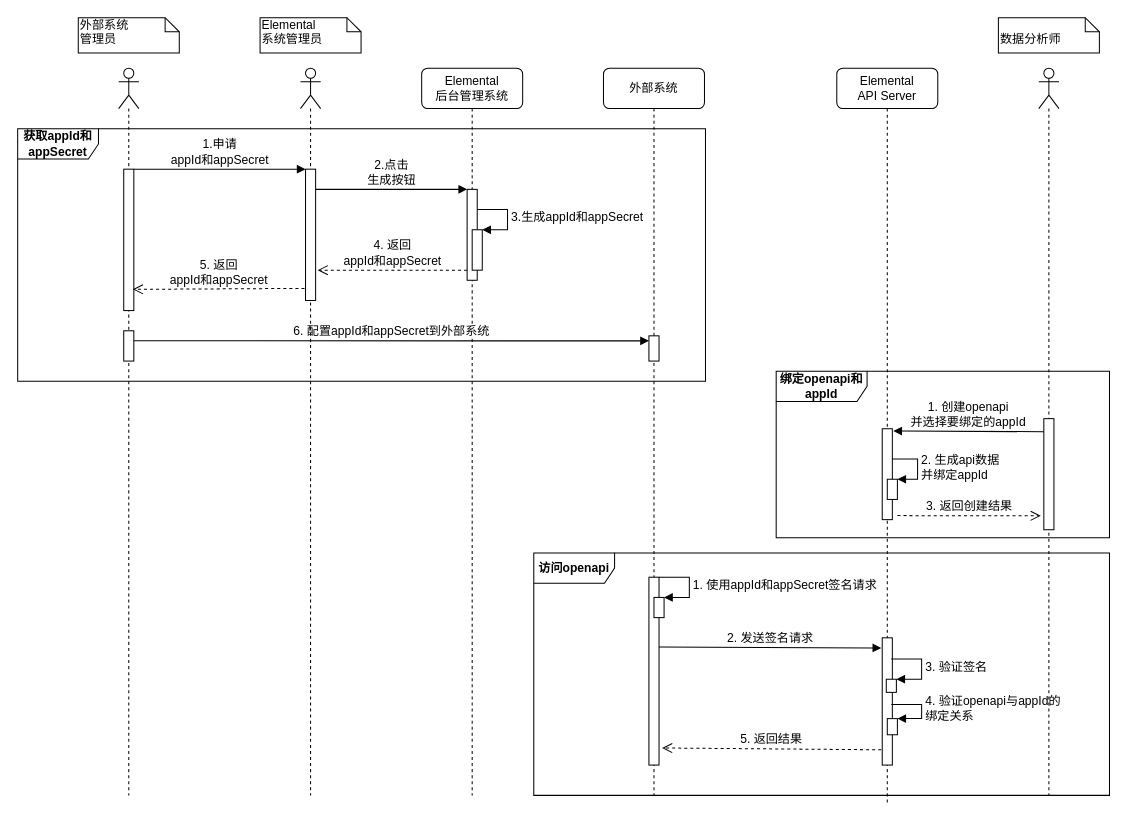
deanzz/blog keeps this draw.io diagram as signed_request.drawio. Above is the earlier version. Source tidied: cells renumbered, new cells numbered last; positions are measured from the earlier drawing's top-left corner, leaving out a move shared by most shapes. Both pictures are drawn from the tidied source at 101%, with x=0, y=0 at pixel (17, 17).
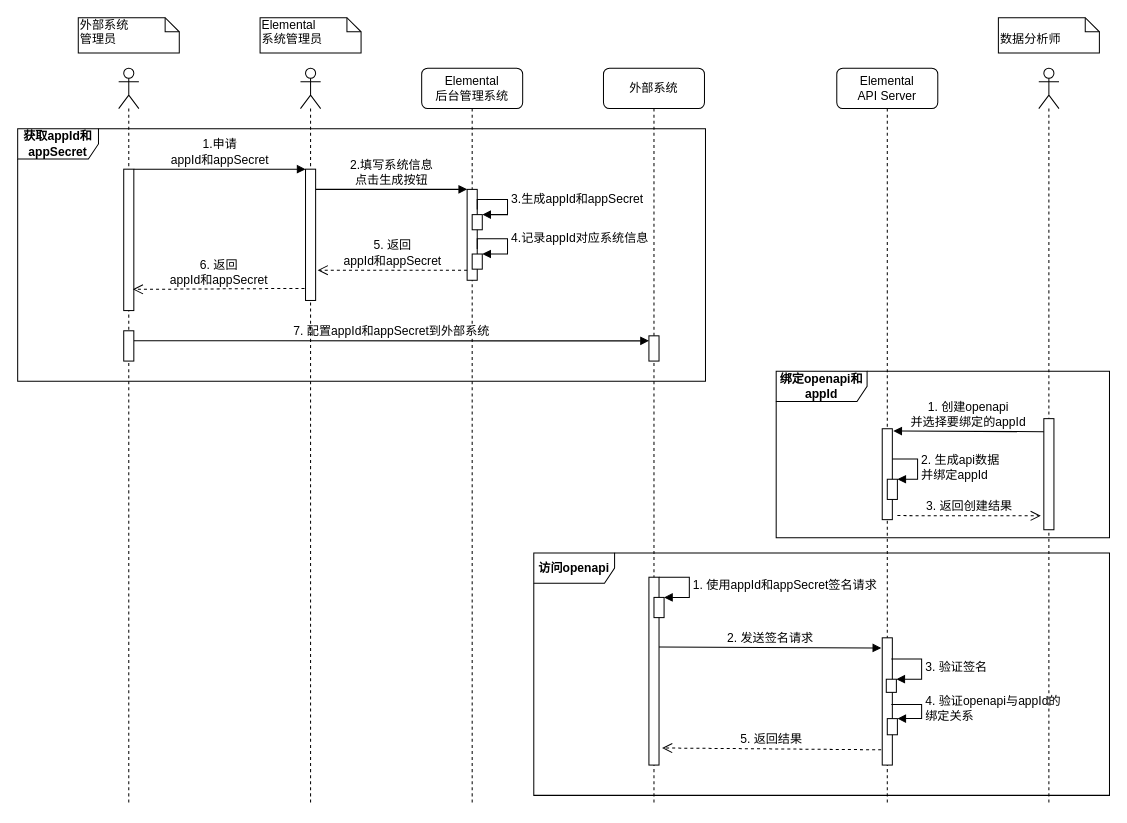
The same page after the edit.

Unchanged cells that the change refers to:
```xml
<mxCell id="5" style="html=1;points=[];perimeter=orthogonalPerimeter;rounded=0;shadow=0;comic=0;labelBackgroundColor=none;strokeWidth=1;fontFamily=Verdana;fontSize=12;align=center;" parent="4" vertex="1">
  <mxGeometry x="45" y="120" width="10" height="90" as="geometry" />
</mxCell>
<mxCell id="25" style="html=1;points=[];perimeter=orthogonalPerimeter;" parent="24" vertex="1">
  <mxGeometry x="5" y="100" width="10" height="140" as="geometry" />
</mxCell>
<mxCell id="26" style="html=1;points=[];perimeter=orthogonalPerimeter;" parent="24" vertex="1">
  <mxGeometry x="5" y="260" width="10" height="30" as="geometry" />
</mxCell>
<mxCell id="28" style="html=1;points=[];perimeter=orthogonalPerimeter;" parent="27" vertex="1">
  <mxGeometry x="5" y="100" width="10" height="130" as="geometry" />
</mxCell>
```

The edit, as a diff of the source:
```diff
@@
     <mxCell id="4" value="&lt;font face=&quot;Helvetica&quot;&gt;&lt;span&gt;Elemental&lt;/span&gt;&lt;br&gt;&lt;span&gt;后台管理系统&lt;/span&gt;&lt;/font&gt;" style="shape=umlLifeline;perimeter=lifelinePerimeter;whiteSpace=wrap;html=1;rounded=1;shadow=0;comic=0;labelBackgroundColor=none;strokeWidth=1;fontFamily=Verdana;fontSize=12;align=center;" parent="1" vertex="1">
-      <mxGeometry x="400" y="50" width="100" height="720" as="geometry" />
+      <mxGeometry x="400" y="50" width="100" height="730" as="geometry" />
     </mxCell>
@@
     <mxCell id="6" style="html=1;points=[];perimeter=orthogonalPerimeter;" parent="4" vertex="1">
-      <mxGeometry x="50" y="160" width="10" height="40" as="geometry" />
+      <mxGeometry x="50" y="145" width="10" height="15" as="geometry" />
     </mxCell>
     <mxCell id="7" value="&lt;font style=&quot;font-size: 12px&quot;&gt;3.生成appId和appSecret&lt;/font&gt;" style="edgeStyle=orthogonalEdgeStyle;html=1;align=left;spacingLeft=2;endArrow=block;rounded=0;entryX=1;entryY=0;" parent="4" edge="1" target="6">
       <mxGeometry relative="1" as="geometry">
         <mxPoint x="55" y="140" as="sourcePoint" />
         <Array as="points">
-          <mxPoint x="85" y="140" />
+          <mxPoint x="55" y="130" />
+          <mxPoint x="85" y="130" />
+          <mxPoint x="85" y="145" />
         </Array>
       </mxGeometry>
     </mxCell>
-    <mxCell id="8" value="&lt;font style=&quot;font-size: 12px&quot;&gt;4. 返回&lt;br&gt;appId和appSecret&lt;/font&gt;" style="html=1;verticalAlign=bottom;endArrow=open;dashed=1;endSize=8;rounded=0;entryX=1.2;entryY=0.769;entryDx=0;entryDy=0;entryPerimeter=0;" parent="4" edge="1" target="28">
+    <mxCell id="8" value="&lt;font style=&quot;font-size: 12px&quot;&gt;5. 返回&lt;br&gt;appId和appSecret&lt;/font&gt;" style="html=1;verticalAlign=bottom;endArrow=open;dashed=1;endSize=8;rounded=0;entryX=1.2;entryY=0.769;entryDx=0;entryDy=0;entryPerimeter=0;" parent="4" edge="1" target="28">
       <mxGeometry relative="1" as="geometry">
         <mxPoint x="45" y="200" as="sourcePoint" />
       </mxGeometry>
     </mxCell>
     <mxCell id="9" value="&lt;span&gt;&lt;font face=&quot;Helvetica&quot;&gt;外部系统&lt;/font&gt;&lt;/span&gt;" style="shape=umlLifeline;perimeter=lifelinePerimeter;whiteSpace=wrap;html=1;rounded=1;shadow=0;comic=0;labelBackgroundColor=none;strokeWidth=1;fontFamily=Verdana;fontSize=12;align=center;" parent="1" vertex="1">
-      <mxGeometry x="580" y="50" width="100" height="720" as="geometry" />
+      <mxGeometry x="580" y="50" width="100" height="730" as="geometry" />
     </mxCell>
@@
-    <mxCell id="11" value="&lt;font style=&quot;font-size: 12px&quot;&gt;6. 配置appId和appSecret到外部系统&lt;/font&gt;" style="html=1;verticalAlign=bottom;endArrow=block;rounded=0;exitX=1;exitY=0.333;exitDx=0;exitDy=0;exitPerimeter=0;" parent="9" edge="1" source="26">
+    <mxCell id="11" value="&lt;font style=&quot;font-size: 12px&quot;&gt;7. 配置appId和appSecret到外部系统&lt;/font&gt;" style="html=1;verticalAlign=bottom;endArrow=block;rounded=0;exitX=1;exitY=0.333;exitDx=0;exitDy=0;exitPerimeter=0;" parent="9" edge="1" source="26">
       <mxGeometry relative="1" as="geometry">
         <mxPoint x="45" y="270" as="targetPoint" />
       </mxGeometry>
     </mxCell>
@@
-    <mxCell id="21" value="&lt;font face=&quot;Helvetica&quot;&gt;2.点击&lt;br&gt;生成按钮&lt;/font&gt;" style="html=1;verticalAlign=bottom;endArrow=block;entryX=0;entryY=0;labelBackgroundColor=none;fontFamily=Verdana;fontSize=12;edgeStyle=elbowEdgeStyle;elbow=vertical;" parent="1" edge="1" target="5">
+    <mxCell id="21" value="&lt;font face=&quot;Helvetica&quot;&gt;2.&lt;/font&gt;&lt;span style=&quot;font-family: &amp;#34;helvetica&amp;#34;&quot;&gt;填写系统信息&lt;br&gt;&lt;/span&gt;&lt;font face=&quot;Helvetica&quot;&gt;点击生成按钮&lt;/font&gt;" style="html=1;verticalAlign=bottom;endArrow=block;entryX=0;entryY=0;labelBackgroundColor=none;fontFamily=Verdana;fontSize=12;edgeStyle=elbowEdgeStyle;elbow=vertical;" parent="1" edge="1" target="5">
       <mxGeometry relative="1" as="geometry">
         <mxPoint x="295" y="170" as="sourcePoint" />
       </mxGeometry>
     </mxCell>
@@
     <mxCell id="24" style="shape=umlLifeline;participant=umlActor;perimeter=lifelinePerimeter;whiteSpace=wrap;html=1;verticalAlign=top;spacingTop=36;" parent="1" vertex="1">
-      <mxGeometry x="100" y="50" width="20" height="720" as="geometry" />
+      <mxGeometry x="100" y="50" width="20" height="730" as="geometry" />
     </mxCell>
@@
     <mxCell id="27" style="shape=umlLifeline;participant=umlActor;perimeter=lifelinePerimeter;whiteSpace=wrap;html=1;verticalAlign=top;spacingTop=36;" parent="1" vertex="1">
-      <mxGeometry x="280" y="50" width="20" height="720" as="geometry" />
+      <mxGeometry x="280" y="50" width="20" height="730" as="geometry" />
     </mxCell>
@@
-    <mxCell id="29" value="&lt;font style=&quot;font-size: 12px&quot;&gt;5. 返回&lt;br&gt;appId和appSecret&lt;/font&gt;" style="html=1;verticalAlign=bottom;endArrow=open;dashed=1;endSize=8;rounded=0;entryX=0.9;entryY=0.85;entryDx=0;entryDy=0;entryPerimeter=0;exitX=-0.1;exitY=0.908;exitDx=0;exitDy=0;exitPerimeter=0;" parent="1" edge="1" source="28" target="25">
+    <mxCell id="29" value="&lt;font style=&quot;font-size: 12px&quot;&gt;6. 返回&lt;br&gt;appId和appSecret&lt;/font&gt;" style="html=1;verticalAlign=bottom;endArrow=open;dashed=1;endSize=8;rounded=0;entryX=0.9;entryY=0.85;entryDx=0;entryDy=0;entryPerimeter=0;exitX=-0.1;exitY=0.908;exitDx=0;exitDy=0;exitPerimeter=0;" parent="1" edge="1" source="28" target="25">
       <mxGeometry relative="1" as="geometry" />
     </mxCell>
@@
     <mxCell id="34" style="shape=umlLifeline;participant=umlActor;perimeter=lifelinePerimeter;whiteSpace=wrap;html=1;verticalAlign=top;spacingTop=36;fontFamily=Helvetica;fontSize=12;" parent="1" vertex="1">
-      <mxGeometry x="1011" y="50" width="20" height="720" as="geometry" />
+      <mxGeometry x="1011" y="50" width="20" height="730" as="geometry" />
     </mxCell>
@@
+    <mxCell id="42" style="html=1;points=[];perimeter=orthogonalPerimeter;" parent="1" vertex="1">
+      <mxGeometry x="450" y="234" width="10" height="15" as="geometry" />
+    </mxCell>
+    <mxCell id="43" value="&lt;font style=&quot;font-size: 12px&quot;&gt;4.记录appId对应系统信息&lt;/font&gt;" style="edgeStyle=orthogonalEdgeStyle;html=1;align=left;spacingLeft=2;endArrow=block;rounded=0;entryX=1;entryY=0;" parent="1" edge="1" target="42">
+      <mxGeometry relative="1" as="geometry">
+        <mxPoint x="455" y="229" as="sourcePoint" />
+        <Array as="points">
+          <mxPoint x="455" y="219" />
+          <mxPoint x="485" y="219" />
+          <mxPoint x="485" y="234" />
+        </Array>
+      </mxGeometry>
+    </mxCell>
```
